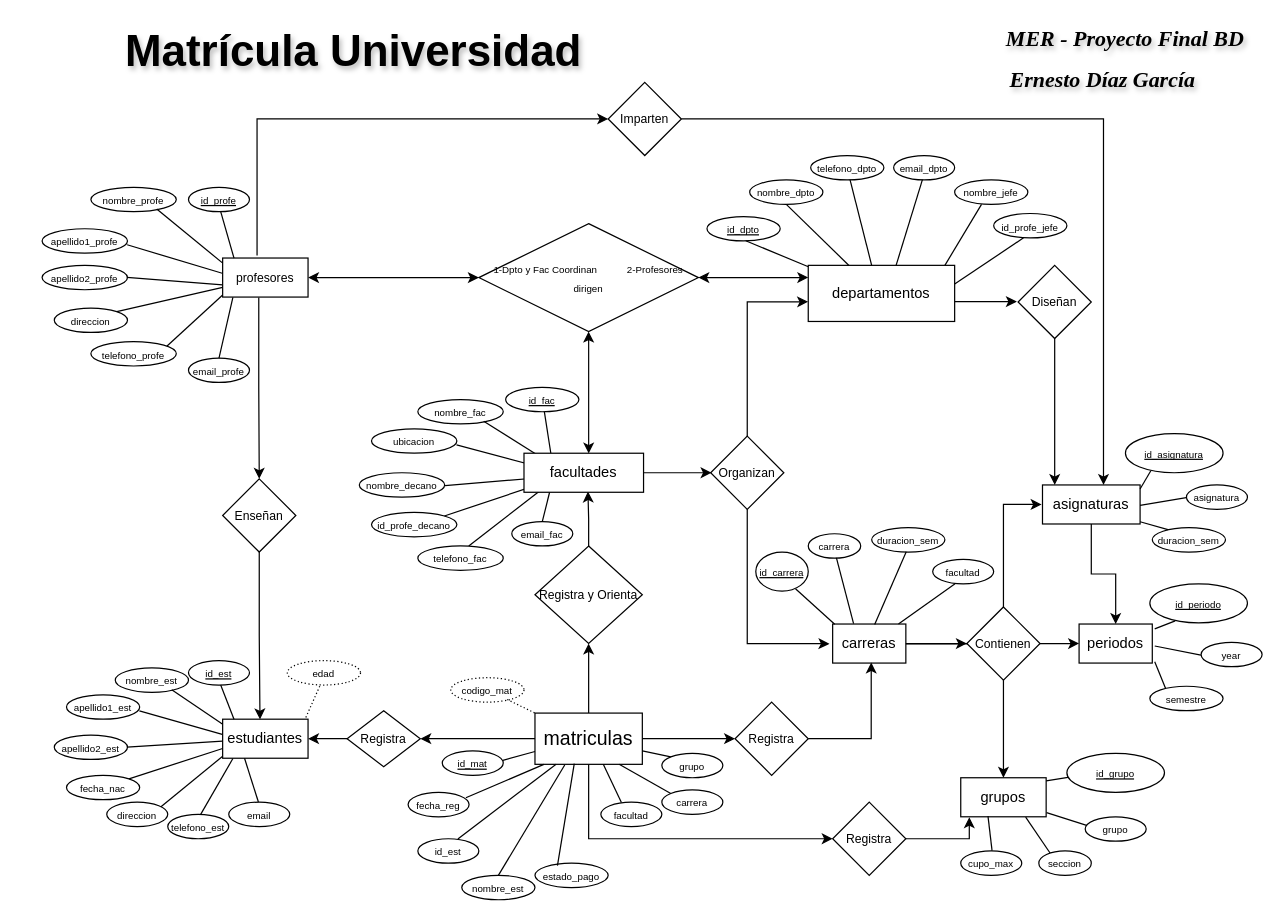
Before: ProyectoFinalBD.drawio in ErnestDG/Ciencia-de-datos-, a draw.io diagram. Source tidied: cells renumbered, new cells numbered last; positions are measured from the earlier drawing's top-left corner, leaving out a move shared by most shapes. Both pictures are drawn from the tidied source at 122%, with x=0, y=0 at pixel (41, 21).
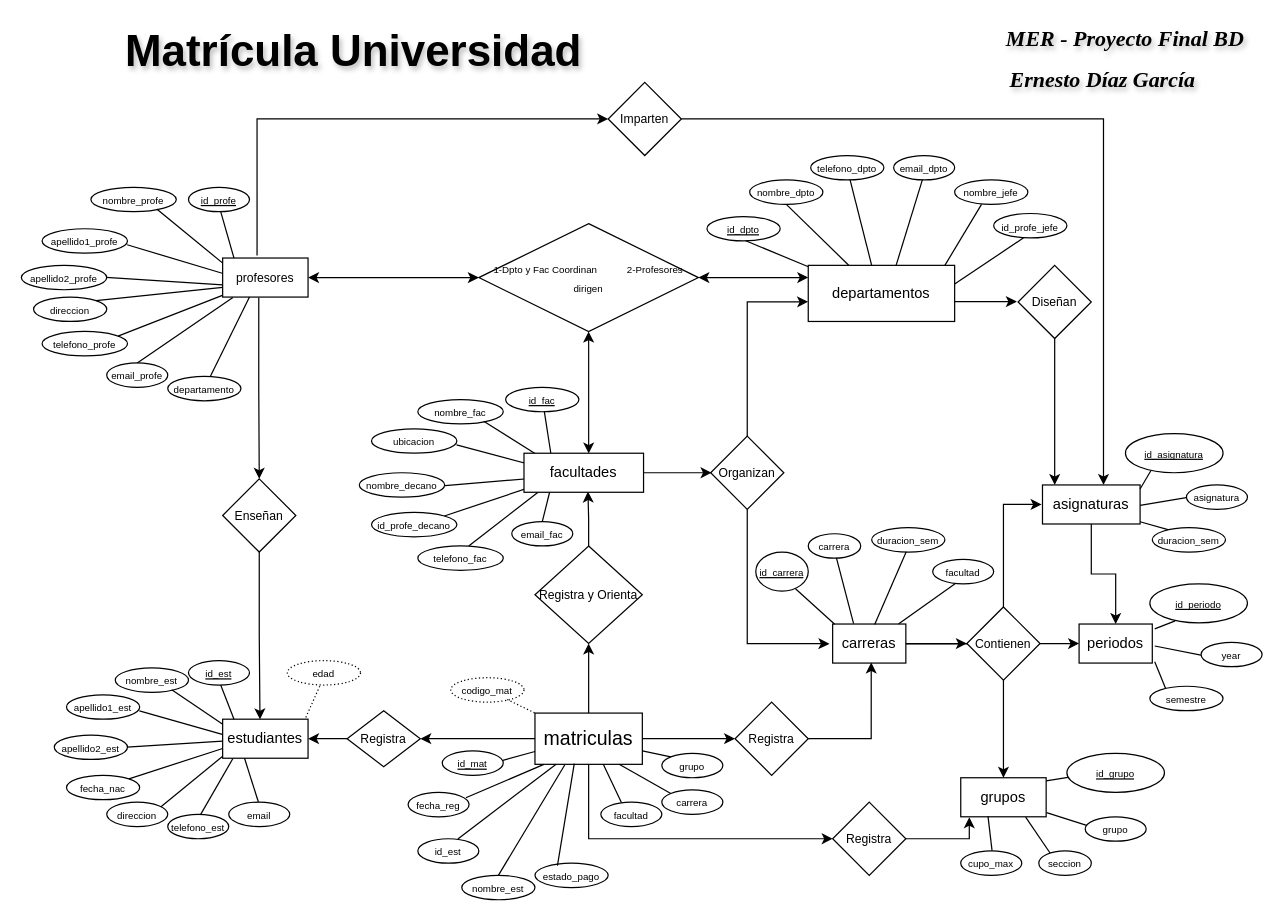
The same diagram, later.

The edit, as a diff of the source:
```diff
@@
     <mxCell id="74" value="&lt;font style=&quot;font-size: 8px;&quot;&gt;email_profe&lt;/font&gt;" style="ellipse;whiteSpace=wrap;html=1;shapeInside=1;rounded=0;" parent="1" vertex="1">
-      <mxGeometry x="120" y="276" width="50" height="20" as="geometry" />
+      <mxGeometry x="53" y="280" width="50" height="20" as="geometry" />
     </mxCell>
     <mxCell id="75" value="&lt;font style=&quot;font-size: 8px;&quot;&gt;direccion&lt;/font&gt;" style="ellipse;whiteSpace=wrap;html=1;shapeInside=1;rounded=0;" parent="1" vertex="1">
-      <mxGeometry x="10" y="235" width="60" height="20" as="geometry" />
+      <mxGeometry x="-7" y="226" width="60" height="20" as="geometry" />
     </mxCell>
     <mxCell id="76" value="&lt;font style=&quot;font-size: 8px;&quot;&gt;telefono_profe&lt;/font&gt;" style="ellipse;whiteSpace=wrap;html=1;shapeInside=1;rounded=0;" parent="1" vertex="1">
-      <mxGeometry x="40" y="262.5" width="70" height="20" as="geometry" />
+      <mxGeometry y="254.2" width="70" height="20" as="geometry" />
     </mxCell>
@@
     <mxCell id="79" value="&lt;font style=&quot;font-size: 8px;&quot;&gt;apellido2_profe&lt;/font&gt;" style="ellipse;whiteSpace=wrap;html=1;shapeInside=1;rounded=0;" parent="1" vertex="1">
-      <mxGeometry y="200" width="70" height="20" as="geometry" />
+      <mxGeometry x="-17" y="200" width="70" height="20" as="geometry" />
     </mxCell>
@@
+    <mxCell id="154" value="&lt;font style=&quot;font-size: 8px;&quot;&gt;departamento&lt;/font&gt;&lt;font style=&quot;font-size: 8px;&quot;&gt;&lt;br&gt;&lt;/font&gt;" style="ellipse;whiteSpace=wrap;html=1;shapeInside=1;rounded=0;" parent="1" vertex="1">
+      <mxGeometry x="103" y="291" width="60" height="20" as="geometry" />
+    </mxCell>
+    <mxCell id="155" style="endArrow=none;html=1;rounded=0;" parent="1" edge="1" source="154">
+      <mxGeometry relative="1" as="geometry">
+        <mxPoint x="170" y="226" as="targetPoint" />
+      </mxGeometry>
+    </mxCell>
```
